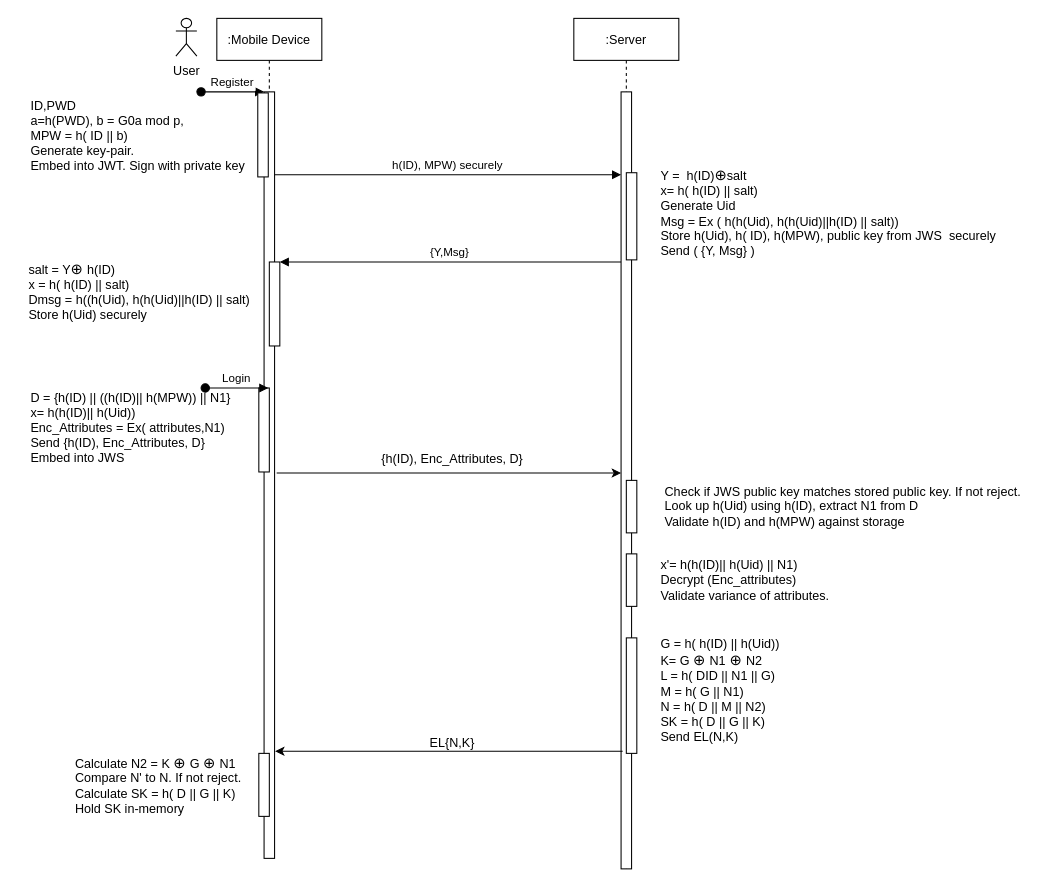
The draw.io diagram Login_Sequence_Diagram.drawio in vivinkrishnan/drawio, before the edit. Source tidied: cells renumbered, new cells numbered last; positions are measured from the earlier drawing's top-left corner, leaving out a move shared by most shapes. Both pictures are drawn from the tidied source at 105%, with x=0, y=0 at pixel (18, 18).
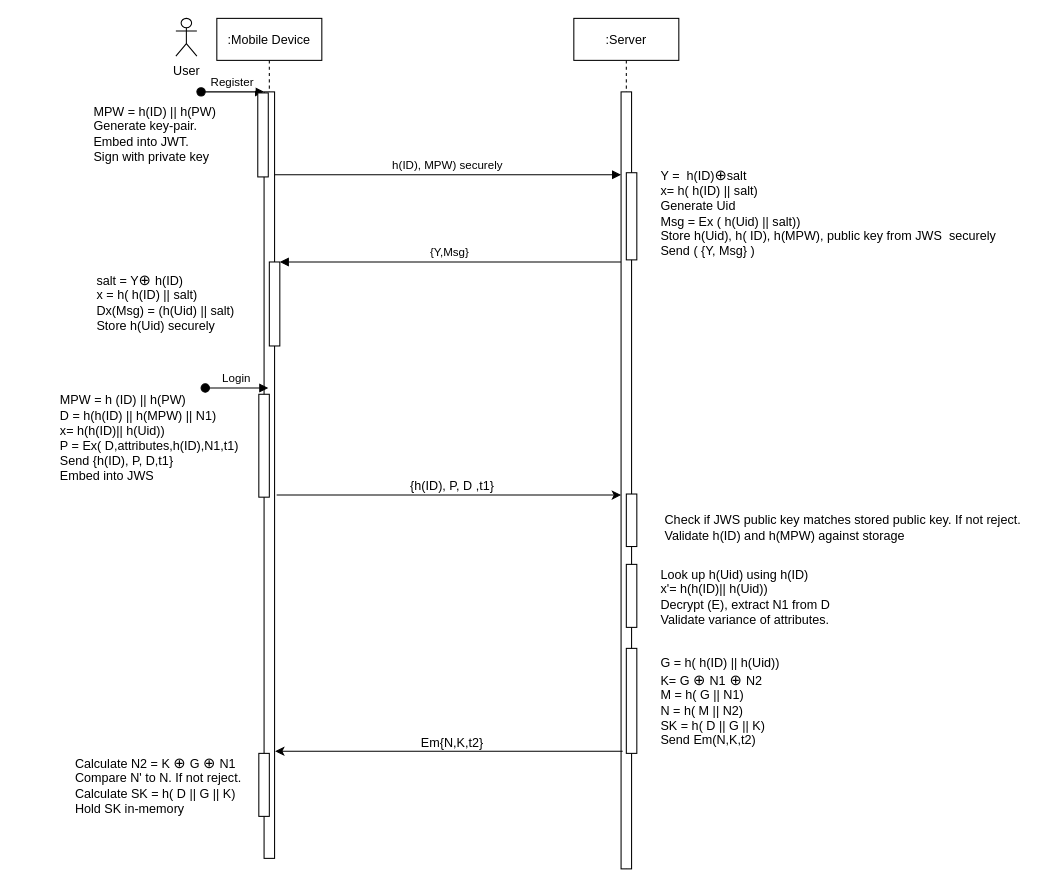
Above is the later version.

Unchanged cells that the change refers to:
```xml
<mxCell id="2" value=":Mobile Device" style="shape=umlLifeline;perimeter=lifelinePerimeter;rounded=0;shadow=0;strokeWidth=1;" parent="1" vertex="1">
  <mxGeometry x="189" width="100" height="800" as="geometry" />
</mxCell>
<mxCell id="10" value=":Server" style="shape=umlLifeline;perimeter=lifelinePerimeter;rounded=0;shadow=0;strokeWidth=1;" parent="1" vertex="1">
  <mxGeometry x="529" width="100" height="810" as="geometry" />
</mxCell>
```

Diff of the diagram source:
```diff
@@
     <mxCell id="6" style="html=1;perimeter=orthogonalPerimeter;" parent="2" vertex="1">
-      <mxGeometry x="40" y="352" width="10" height="80" as="geometry" />
+      <mxGeometry x="40" y="358" width="10" height="98" as="geometry" />
     </mxCell>
@@
     <mxCell id="13" style="html=1;perimeter=orthogonalPerimeter;fontFamily=Helvetica;fontSize=12;fontColor=#000000;" parent="10" vertex="1">
-      <mxGeometry x="50" y="440" width="10" height="50" as="geometry" />
+      <mxGeometry x="50" y="453" width="10" height="50" as="geometry" />
     </mxCell>
     <mxCell id="14" style="html=1;perimeter=orthogonalPerimeter;fontFamily=Helvetica;fontSize=12;fontColor=#000000;" parent="10" vertex="1">
-      <mxGeometry x="50" y="510" width="10" height="50" as="geometry" />
+      <mxGeometry x="50" y="520" width="10" height="60" as="geometry" />
     </mxCell>
     <mxCell id="15" style="html=1;perimeter=orthogonalPerimeter;fontFamily=Helvetica;fontSize=12;fontColor=#000000;" parent="10" vertex="1">
-      <mxGeometry x="50" y="590" width="10" height="110" as="geometry" />
+      <mxGeometry x="50" y="600" width="10" height="100" as="geometry" />
     </mxCell>
@@
-    <mxCell id="19" value="ID,PWD&lt;br&gt;a=h(PWD), b = G0a mod p,&lt;br&gt;MPW = h( ID || b)&amp;nbsp;&lt;br&gt;Generate key-pair.&lt;br&gt;Embed into JWT. Sign with private key" style="text;html=1;align=left;verticalAlign=middle;strokeColor=none;fillColor=none;" parent="1" vertex="1">
-      <mxGeometry x="10" y="72" width="220" height="80" as="geometry" />
+    <mxCell id="19" value="MPW = h(ID) || h(PW)&amp;nbsp;&lt;br&gt;Generate key-pair.&lt;br&gt;Embed into JWT. &lt;br&gt;Sign with private key" style="text;html=1;align=left;verticalAlign=middle;strokeColor=none;fillColor=none;" parent="1" vertex="1">
+      <mxGeometry x="70" y="80" width="140" height="60" as="geometry" />
     </mxCell>
-    <mxCell id="20" value="Y =&amp;nbsp; h(ID)&lt;span id=&quot;docs-internal-guid-e49e2a0b-7fff-2932-c1dd-dcc5686d5943&quot;&gt;&lt;span style=&quot;background-color: rgb(255 , 255 , 255) ; vertical-align: baseline&quot;&gt;&lt;font style=&quot;font-size: 14px&quot;&gt;⊕&lt;/font&gt;&lt;/span&gt;&lt;/span&gt;salt &lt;br&gt;x= h( h(ID) || salt)&lt;br&gt;Generate Uid&lt;br&gt;Msg = Ex ( h(h(Uid), h(h(Uid)||h(ID) || salt))&lt;br&gt;Store h(Uid), h( ID), h(MPW), public key from JWS&amp;nbsp; securely&lt;br&gt;Send ( {Y, Msg} )" style="text;html=1;align=left;verticalAlign=middle;strokeColor=none;fillColor=none;" parent="1" vertex="1">
+    <mxCell id="20" value="Y =&amp;nbsp; h(ID)&lt;span id=&quot;docs-internal-guid-e49e2a0b-7fff-2932-c1dd-dcc5686d5943&quot;&gt;&lt;span style=&quot;background-color: rgb(255 , 255 , 255) ; vertical-align: baseline&quot;&gt;&lt;font style=&quot;font-size: 14px&quot;&gt;⊕&lt;/font&gt;&lt;/span&gt;&lt;/span&gt;salt &lt;br&gt;x= h( h(ID) || salt)&lt;br&gt;Generate Uid&lt;br&gt;Msg = Ex ( h(Uid) || salt))&lt;br&gt;Store h(Uid), h( ID), h(MPW), public key from JWS&amp;nbsp; securely&lt;br&gt;Send ( {Y, Msg} )" style="text;html=1;align=left;verticalAlign=middle;strokeColor=none;fillColor=none;" parent="1" vertex="1">
       <mxGeometry x="610" y="140" width="330" height="90" as="geometry" />
     </mxCell>
-    <mxCell id="21" value="&lt;div style=&quot;text-align: left&quot;&gt;&lt;span&gt;salt = Y&lt;/span&gt;&lt;span style=&quot;font-size: 14px ; background-color: rgb(255 , 255 , 255)&quot;&gt;⊕ &lt;/span&gt;&lt;span style=&quot;background-color: rgb(255 , 255 , 255)&quot;&gt;h(ID)&lt;/span&gt;&lt;/div&gt;&lt;span style=&quot;background-color: rgb(255 , 255 , 255)&quot;&gt;&lt;div style=&quot;text-align: left&quot;&gt;x = h( h(ID) || salt)&lt;/div&gt;&lt;font style=&quot;font-size: 12px&quot;&gt;&lt;div style=&quot;text-align: left&quot;&gt;Dmsg = h(&lt;span&gt;(h(Uid), h(h(Uid)||h(ID) || salt)&lt;/span&gt;&lt;/div&gt;&lt;/font&gt;&lt;/span&gt;&lt;span style=&quot;background-color: rgb(255 , 255 , 255)&quot;&gt;&lt;div style=&quot;text-align: left&quot;&gt;Store h(Uid) securely&lt;/div&gt;&lt;/span&gt;" style="text;html=1;align=center;verticalAlign=middle;strokeColor=none;fillColor=none;" parent="1" vertex="1">
-      <mxGeometry y="230" width="230" height="60" as="geometry" />
+    <mxCell id="21" value="&lt;div style=&quot;text-align: left&quot;&gt;&lt;span&gt;salt = Y&lt;/span&gt;&lt;span style=&quot;font-size: 14px ; background-color: rgb(255 , 255 , 255)&quot;&gt;⊕ &lt;/span&gt;&lt;span style=&quot;background-color: rgb(255 , 255 , 255)&quot;&gt;h(ID)&lt;/span&gt;&lt;/div&gt;&lt;span style=&quot;background-color: rgb(255 , 255 , 255)&quot;&gt;&lt;div style=&quot;text-align: left&quot;&gt;x = h( h(ID) || salt)&lt;/div&gt;&lt;font style=&quot;font-size: 12px&quot;&gt;&lt;div style=&quot;text-align: left&quot;&gt;Dx(Msg) = &lt;span&gt;(h(Uid) || salt)&lt;/span&gt;&lt;/div&gt;&lt;/font&gt;&lt;/span&gt;&lt;span style=&quot;background-color: rgb(255 , 255 , 255)&quot;&gt;&lt;div style=&quot;text-align: left&quot;&gt;Store h(Uid) securely&lt;/div&gt;&lt;/span&gt;" style="text;html=1;align=center;verticalAlign=middle;strokeColor=none;fillColor=none;" parent="1" vertex="1">
+      <mxGeometry x="65" y="240" width="150" height="60" as="geometry" />
     </mxCell>
-    <mxCell id="22" value="D = {h(ID) || ((h(ID)|| h(MPW)) || N1}&lt;br&gt;x= h(h(ID)|| h(Uid))&lt;br&gt;Enc_Attributes = Ex( attributes,N1)&lt;br&gt;Send {h(ID), Enc_Attributes, D}&lt;br&gt;Embed into JWS" style="text;html=1;align=left;verticalAlign=middle;strokeColor=none;fillColor=none;fontSize=12;fontFamily=Helvetica;fontColor=#000000;" parent="1" vertex="1">
-      <mxGeometry x="10" y="350" width="210" height="80" as="geometry" />
+    <mxCell id="22" value="MPW = h (ID) || h(PW)&lt;br&gt;D = h(h(ID) || h(MPW) || N1)&lt;br&gt;x= h(h(ID)|| h(Uid))&lt;br&gt;P = Ex( D,attributes,h(ID),N1,t1)&lt;br&gt;Send {h(ID), P, D,t1}&lt;br&gt;Embed into JWS" style="text;html=1;align=left;verticalAlign=middle;strokeColor=none;fillColor=none;fontSize=12;fontFamily=Helvetica;fontColor=#000000;" parent="1" vertex="1">
+      <mxGeometry x="38" y="355" width="190" height="90" as="geometry" />
     </mxCell>
     <mxCell id="23" style="endArrow=classic;html=1;rounded=0;fontFamily=Helvetica;fontSize=12;fontColor=#000000;" parent="1" edge="1">
       <mxGeometry relative="1" as="geometry">
-        <mxPoint x="246" y="433" as="sourcePoint" />
-        <mxPoint x="574" y="433" as="targetPoint" />
+        <mxPoint x="246" y="454" as="sourcePoint" />
+        <mxPoint x="574" y="454" as="targetPoint" />
       </mxGeometry>
     </mxCell>
-    <mxCell id="24" value="{h(ID), Enc_Attributes, D}" style="text;html=1;align=center;verticalAlign=middle;strokeColor=none;fillColor=none;fontSize=12;fontFamily=Helvetica;fontColor=#000000;" parent="1" vertex="1">
-      <mxGeometry x="338" y="410" width="150" height="20" as="geometry" />
+    <mxCell id="24" value="{h(ID), P, D ,t1}" style="text;html=1;align=center;verticalAlign=middle;strokeColor=none;fillColor=none;fontSize=12;fontFamily=Helvetica;fontColor=#000000;" parent="1" vertex="1">
+      <mxGeometry x="363" y="436" width="100" height="20" as="geometry" />
     </mxCell>
-    <mxCell id="25" value="&lt;div style=&quot;text-align: left&quot;&gt;&lt;span&gt;Check if JWS public key matches stored public key. If not reject.&lt;br&gt;Look up h(Uid) using h(ID), extract N1 from D&lt;/span&gt;&lt;/div&gt;&lt;div style=&quot;text-align: left&quot;&gt;&lt;span&gt;Validate h(ID) and h(MPW) against storage&lt;/span&gt;&lt;/div&gt;" style="text;html=1;align=center;verticalAlign=middle;strokeColor=none;fillColor=none;fontSize=12;fontFamily=Helvetica;fontColor=#000000;" parent="1" vertex="1">
-      <mxGeometry x="610" y="440" width="350" height="50" as="geometry" />
+    <mxCell id="25" value="&lt;div style=&quot;text-align: left&quot;&gt;&lt;span&gt;Check if JWS public key matches stored public key. If not reject.&lt;br&gt;&lt;/span&gt;&lt;/div&gt;&lt;div style=&quot;text-align: left&quot;&gt;&lt;span&gt;Validate h(ID) and h(MPW) against storage&lt;/span&gt;&lt;/div&gt;" style="text;html=1;align=center;verticalAlign=middle;strokeColor=none;fillColor=none;fontSize=12;fontFamily=Helvetica;fontColor=#000000;" parent="1" vertex="1">
+      <mxGeometry x="610" y="470" width="350" height="30" as="geometry" />
     </mxCell>
-    <mxCell id="26" value="G = h( h(ID) || h(Uid))&lt;br&gt;K= G&amp;nbsp;&lt;span style=&quot;font-size: 14px ; background-color: rgb(255 , 255 , 255)&quot;&gt;⊕&amp;nbsp;&lt;/span&gt;&lt;span style=&quot;background-color: rgb(255 , 255 , 255)&quot;&gt;N1&lt;/span&gt;&lt;span style=&quot;font-size: 14px ; background-color: rgb(255 , 255 , 255)&quot;&gt;&amp;nbsp;&lt;/span&gt;&lt;span style=&quot;font-size: 14px ; background-color: rgb(255 , 255 , 255)&quot;&gt;⊕&amp;nbsp;&lt;/span&gt;&lt;span style=&quot;background-color: rgb(255 , 255 , 255)&quot;&gt;N2&lt;br&gt;L = h( DID || N1 || G)&lt;br&gt;M = h( G || N1)&lt;br&gt;N = h( D || M || N2)&lt;br&gt;SK = h( D || G || K)&lt;br&gt;Send EL(N,K)&lt;/span&gt;" style="text;html=1;align=left;verticalAlign=middle;strokeColor=none;fillColor=none;" parent="1" vertex="1">
-      <mxGeometry x="610" y="590" width="130" height="100" as="geometry" />
+    <mxCell id="26" value="G = h( h(ID) || h(Uid))&lt;br&gt;K= G&amp;nbsp;&lt;span style=&quot;font-size: 14px ; background-color: rgb(255 , 255 , 255)&quot;&gt;⊕&amp;nbsp;&lt;/span&gt;&lt;span style=&quot;background-color: rgb(255 , 255 , 255)&quot;&gt;N1&lt;/span&gt;&lt;span style=&quot;font-size: 14px ; background-color: rgb(255 , 255 , 255)&quot;&gt;&amp;nbsp;&lt;/span&gt;&lt;span style=&quot;font-size: 14px ; background-color: rgb(255 , 255 , 255)&quot;&gt;⊕&amp;nbsp;&lt;/span&gt;&lt;span style=&quot;background-color: rgb(255 , 255 , 255)&quot;&gt;N2&lt;br&gt;M = h( G || N1)&lt;br&gt;N = h( M || N2)&lt;br&gt;SK = h( D || G || K)&lt;br&gt;Send Em(N,K,t2)&lt;/span&gt;" style="text;html=1;align=left;verticalAlign=middle;strokeColor=none;fillColor=none;" parent="1" vertex="1">
+      <mxGeometry x="610" y="606" width="130" height="90" as="geometry" />
     </mxCell>
-    <mxCell id="27" value="x'= h(h(ID)|| h(Uid) || N1)&lt;br&gt;Decrypt (Enc_attributes)&lt;br&gt;Validate variance of attributes." style="text;html=1;align=left;verticalAlign=middle;strokeColor=none;fillColor=none;" parent="1" vertex="1">
-      <mxGeometry x="610" y="510" width="180" height="50" as="geometry" />
+    <mxCell id="27" value="Look up h(Uid) using h(ID)&lt;br&gt;x'= h(h(ID)|| h(Uid))&lt;br&gt;Decrypt (E), extract N1 from D&lt;br&gt;Validate variance of attributes." style="text;html=1;align=left;verticalAlign=middle;strokeColor=none;fillColor=none;" parent="1" vertex="1">
+      <mxGeometry x="610" y="521" width="180" height="60" as="geometry" />
     </mxCell>
@@
-    <mxCell id="29" value="EL{N,K}" style="text;html=1;align=center;verticalAlign=middle;strokeColor=none;fillColor=none;" parent="1" vertex="1">
-      <mxGeometry x="383" y="680" width="60" height="20" as="geometry" />
+    <mxCell id="29" value="Em{N,K,t2}" style="text;html=1;align=center;verticalAlign=middle;strokeColor=none;fillColor=none;" parent="1" vertex="1">
+      <mxGeometry x="378" y="680" width="70" height="20" as="geometry" />
     </mxCell>
```
